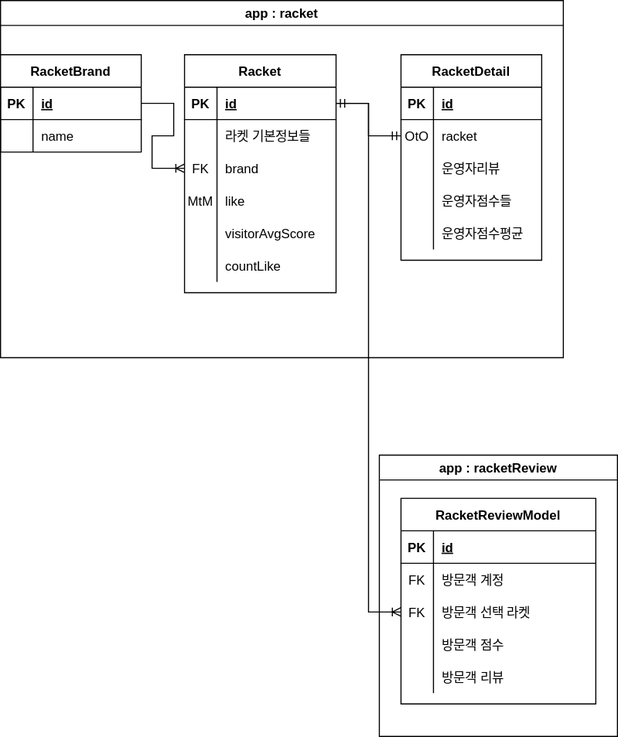
The draw.io diagram Copy of algo.drawio.svg in HiImYong/diagrams, before a commit. Source tidied: cells renumbered, new cells last; positions are measured from the earlier drawing's top-left corner, leaving out a move shared by most shapes.
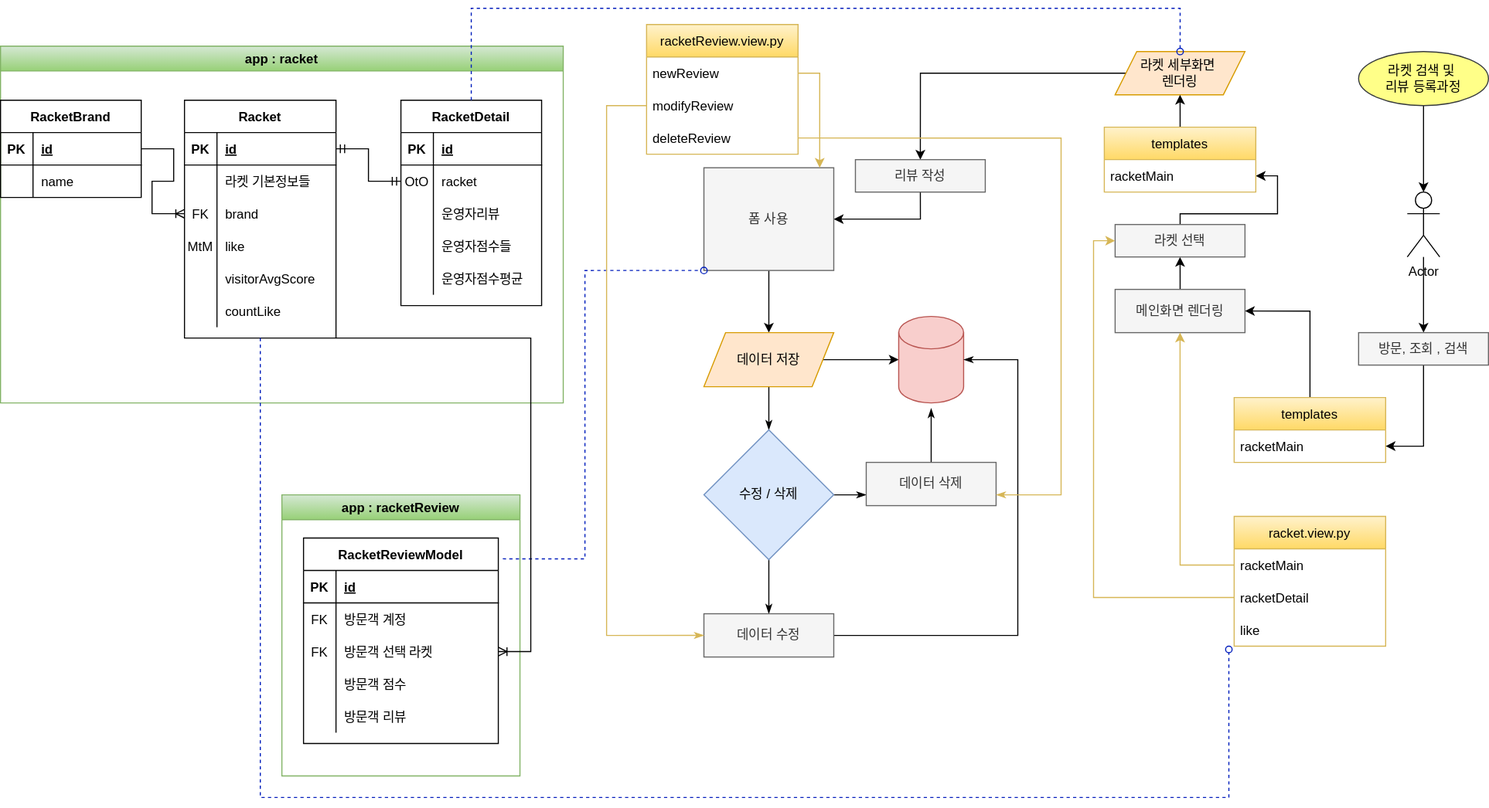
The same file after the commit.

The edit, as a diff of the source:
```diff
@@ -2,8 +2,8 @@
   <root>
     <mxCell id="0" />
     <mxCell id="1" parent="0" />
-    <mxCell id="2" value="app : racket" style="swimlane;" parent="1" vertex="1">
-      <mxGeometry width="520" height="330" as="geometry" />
+    <mxCell id="2" value="app : racket" style="swimlane;fillColor=#d5e8d4;gradientColor=#97d077;strokeColor=#82b366;" parent="1" vertex="1">
+      <mxGeometry x="90" y="5" width="520" height="330" as="geometry" />
     </mxCell>
     <mxCell id="3" value="Racket" style="shape=table;startSize=30;rowLines=0;fontStyle=1;align=center;" parent="2" vertex="1">
       <mxGeometry x="170" y="50" width="140" height="220" as="geometry" />
@@ -137,10 +137,7 @@
     <mxCell id="46" style="edgeStyle=entityRelationEdgeStyle;fontSize=12;html=1;endArrow=ERmandOne;startArrow=ERmandOne;rounded=0;entryX=0;entryY=0.5;entryDx=0;entryDy=0;" parent="2" edge="1" source="4" target="26">
       <mxGeometry relative="1" as="geometry" />
     </mxCell>
-    <mxCell id="47" style="edgeStyle=entityRelationEdgeStyle;fontSize=12;html=1;endArrow=ERoneToMany;rounded=0;entryX=0;entryY=0.5;entryDx=0;entryDy=0;exitX=1;exitY=0.5;exitDx=0;exitDy=0;" parent="1" edge="1" source="4" target="56">
-      <mxGeometry relative="1" as="geometry" />
-    </mxCell>
-    <mxCell id="48" value="app : racketReview" style="swimlane;" parent="1" vertex="1">
+    <mxCell id="48" value="app : racketReview" style="swimlane;fillColor=#d5e8d4;gradientColor=#97d077;strokeColor=#82b366;" parent="1" vertex="1">
       <mxGeometry x="350" y="420" width="220" height="260" as="geometry" />
     </mxCell>
     <mxCell id="49" value="RacketReviewModel" style="shape=table;startSize=30;rowLines=0;fontStyle=1;align=center;" parent="48" vertex="1">
@@ -191,5 +188,198 @@
     <mxCell id="64" value="방문객 리뷰" style="shape=partialRectangle;fillColor=none;top=0;left=0;bottom=0;right=0;align=left;spacingLeft=6;overflow=hidden;" parent="62" vertex="1">
       <mxGeometry x="30" width="150" height="30" as="geometry" />
     </mxCell>
+    <mxCell id="65" style="edgeStyle=orthogonalEdgeStyle;rounded=0;jettySize=auto;html=1;entryX=0.5;entryY=0;entryDx=0;entryDy=0;" parent="1" edge="1" source="66" target="80">
+      <mxGeometry relative="1" as="geometry" />
+    </mxCell>
+    <mxCell id="66" value="Actor" style="shape=umlActor;verticalLabelPosition=bottom;verticalAlign=top;html=1;outlineConnect=0;" parent="1" vertex="1">
+      <mxGeometry x="1390" y="140" width="30" height="60" as="geometry" />
+    </mxCell>
+    <mxCell id="67" style="edgeStyle=orthogonalEdgeStyle;rounded=0;jettySize=auto;html=1;entryX=1;entryY=0.5;entryDx=0;entryDy=0;endArrow=classic;endFill=1;strokeColor=#000000;" parent="1" edge="1" source="68" target="77">
+      <mxGeometry relative="1" as="geometry" />
+    </mxCell>
+    <mxCell id="68" value="templates" style="swimlane;fontStyle=0;horizontal=1;startSize=30;fillColor=#fff2cc;gradientColor=#ffd966;strokeColor=#d6b656;" parent="1" vertex="1">
+      <mxGeometry x="1230" y="330" width="140" height="60" as="geometry" />
+    </mxCell>
+    <mxCell id="69" value="racketMain" style="text;strokeColor=none;fillColor=none;align=left;verticalAlign=middle;spacingLeft=4;spacingRight=4;overflow=hidden;points=[[0,0.5],[1,0.5]];portConstraint=eastwest;" parent="68" vertex="1">
+      <mxGeometry y="30" width="140" height="30" as="geometry" />
+    </mxCell>
+    <mxCell id="70" style="edgeStyle=orthogonalEdgeStyle;rounded=0;jettySize=auto;html=1;entryX=0.5;entryY=0;entryDx=0;entryDy=0;entryPerimeter=0;" parent="1" edge="1" source="71" target="66">
+      <mxGeometry relative="1" as="geometry" />
+    </mxCell>
+    <mxCell id="71" value="라켓 검색 및&amp;nbsp;&lt;br&gt;리뷰 등록과정" style="ellipse;whiteSpace=wrap;html=1;fillColor=#ffff88;strokeColor=#36393d;" parent="1" vertex="1">
+      <mxGeometry x="1345" y="10" width="120" height="50" as="geometry" />
+    </mxCell>
+    <mxCell id="72" value="racket.view.py" style="swimlane;fontStyle=0;horizontal=1;startSize=30;fillColor=#fff2cc;gradientColor=#ffd966;strokeColor=#d6b656;" parent="1" vertex="1">
+      <mxGeometry x="1230" y="440" width="140" height="120" as="geometry" />
+    </mxCell>
+    <mxCell id="73" value="racketMain" style="text;strokeColor=none;fillColor=none;align=left;verticalAlign=middle;spacingLeft=4;spacingRight=4;overflow=hidden;points=[[0,0.5],[1,0.5]];portConstraint=eastwest;" parent="72" vertex="1">
+      <mxGeometry y="30" width="140" height="30" as="geometry" />
+    </mxCell>
+    <mxCell id="74" value="racketDetail" style="text;strokeColor=none;fillColor=none;align=left;verticalAlign=middle;spacingLeft=4;spacingRight=4;overflow=hidden;points=[[0,0.5],[1,0.5]];portConstraint=eastwest;" parent="72" vertex="1">
+      <mxGeometry y="60" width="140" height="30" as="geometry" />
+    </mxCell>
+    <mxCell id="75" value="like" style="text;strokeColor=none;fillColor=none;align=left;verticalAlign=middle;spacingLeft=4;spacingRight=4;overflow=hidden;points=[[0,0.5],[1,0.5]];portConstraint=eastwest;" parent="72" vertex="1">
+      <mxGeometry y="90" width="140" height="30" as="geometry" />
+    </mxCell>
+    <mxCell id="76" style="edgeStyle=orthogonalEdgeStyle;rounded=0;jettySize=auto;html=1;entryX=0.5;entryY=1;entryDx=0;entryDy=0;" parent="1" edge="1" source="77" target="82">
+      <mxGeometry relative="1" as="geometry" />
+    </mxCell>
+    <mxCell id="77" value="메인화면 렌더링" style="rounded=0;whiteSpace=wrap;html=1;fillColor=#f5f5f5;fontColor=#333333;strokeColor=#666666;" parent="1" vertex="1">
+      <mxGeometry x="1120" y="230" width="120" height="40" as="geometry" />
+    </mxCell>
+    <mxCell id="78" style="edgeStyle=orthogonalEdgeStyle;rounded=0;jettySize=auto;html=1;entryX=0.5;entryY=1;entryDx=0;entryDy=0;fillColor=#fff2cc;strokeColor=#d6b656;" parent="1" edge="1" source="73" target="77">
+      <mxGeometry relative="1" as="geometry" />
+    </mxCell>
+    <mxCell id="79" style="edgeStyle=orthogonalEdgeStyle;rounded=0;jettySize=auto;html=1;entryX=1;entryY=0.5;entryDx=0;entryDy=0;" parent="1" edge="1" source="80" target="69">
+      <mxGeometry relative="1" as="geometry" />
+    </mxCell>
+    <mxCell id="80" value="방문, 조회 , 검색" style="rounded=0;whiteSpace=wrap;html=1;fillColor=#f5f5f5;fontColor=#333333;strokeColor=#666666;" parent="1" vertex="1">
+      <mxGeometry x="1345" y="270" width="120" height="30" as="geometry" />
+    </mxCell>
+    <mxCell id="81" style="edgeStyle=orthogonalEdgeStyle;rounded=0;jettySize=auto;html=1;endArrow=classic;endFill=1;strokeColor=#000000;" parent="1" edge="1" source="82">
+      <mxGeometry relative="1" as="geometry">
+        <mxPoint x="1250" y="125" as="targetPoint" />
+        <Array as="points">
+          <mxPoint x="1180" y="160" />
+          <mxPoint x="1270" y="160" />
+          <mxPoint x="1270" y="125" />
+        </Array>
+      </mxGeometry>
+    </mxCell>
+    <mxCell id="82" value="라켓 선택" style="rounded=0;whiteSpace=wrap;html=1;fillColor=#f5f5f5;fontColor=#333333;strokeColor=#666666;" parent="1" vertex="1">
+      <mxGeometry x="1120" y="170" width="120" height="30" as="geometry" />
+    </mxCell>
+    <mxCell id="83" style="edgeStyle=orthogonalEdgeStyle;rounded=0;jettySize=auto;html=1;exitX=0;exitY=0.5;exitDx=0;exitDy=0;entryX=0.5;entryY=0;entryDx=0;entryDy=0;" parent="1" edge="1" source="94" target="86">
+      <mxGeometry relative="1" as="geometry" />
+    </mxCell>
+    <mxCell id="84" style="rounded=0;jettySize=auto;html=1;entryX=0;entryY=0.5;entryDx=0;entryDy=0;strokeColor=#d6b656;edgeStyle=orthogonalEdgeStyle;fillColor=#fff2cc;" parent="1" edge="1" source="74" target="82">
+      <mxGeometry relative="1" as="geometry" />
+    </mxCell>
+    <mxCell id="85" style="edgeStyle=orthogonalEdgeStyle;rounded=0;jettySize=auto;html=1;endArrow=classic;endFill=1;strokeColor=default;exitX=0.5;exitY=1;exitDx=0;exitDy=0;" parent="1" edge="1" source="86" target="88">
+      <mxGeometry relative="1" as="geometry" />
+    </mxCell>
+    <mxCell id="86" value="리뷰 작성" style="rounded=0;whiteSpace=wrap;html=1;fillColor=#f5f5f5;fontColor=#333333;strokeColor=#666666;" parent="1" vertex="1">
+      <mxGeometry x="880" y="110" width="120" height="30" as="geometry" />
+    </mxCell>
+    <mxCell id="87" style="edgeStyle=orthogonalEdgeStyle;rounded=0;jettySize=auto;html=1;entryX=0.5;entryY=0;entryDx=0;entryDy=0;endArrow=classic;endFill=1;strokeColor=default;" parent="1" edge="1" source="88" target="98">
+      <mxGeometry relative="1" as="geometry" />
+    </mxCell>
+    <mxCell id="88" value="폼 사용" style="rounded=0;whiteSpace=wrap;html=1;fillColor=#f5f5f5;fontColor=#333333;strokeColor=#666666;" parent="1" vertex="1">
+      <mxGeometry x="740" y="117.5" width="120" height="95" as="geometry" />
+    </mxCell>
+    <mxCell id="89" style="edgeStyle=orthogonalEdgeStyle;rounded=0;jettySize=auto;html=1;strokeColor=#001DBC;dashed=1;endArrow=oval;endFill=0;entryX=0;entryY=1;entryDx=0;entryDy=0;exitX=1.023;exitY=0.101;exitDx=0;exitDy=0;exitPerimeter=0;fillColor=#0050ef;" parent="1" edge="1" source="49" target="88">
+      <mxGeometry relative="1" as="geometry">
+        <Array as="points">
+          <mxPoint x="630" y="479" />
+          <mxPoint x="630" y="213" />
+        </Array>
+      </mxGeometry>
+    </mxCell>
+    <mxCell id="90" value="racketReview.view.py" style="swimlane;fontStyle=0;horizontal=1;startSize=30;fillColor=#fff2cc;gradientColor=#ffd966;strokeColor=#d6b656;" parent="1" vertex="1">
+      <mxGeometry x="687" y="-15" width="140" height="120" as="geometry" />
+    </mxCell>
+    <mxCell id="91" value="newReview" style="text;strokeColor=none;fillColor=none;align=left;verticalAlign=middle;spacingLeft=4;spacingRight=4;overflow=hidden;points=[[0,0.5],[1,0.5]];portConstraint=eastwest;" parent="90" vertex="1">
+      <mxGeometry y="30" width="140" height="30" as="geometry" />
+    </mxCell>
+    <mxCell id="92" value="modifyReview" style="text;strokeColor=none;fillColor=none;align=left;verticalAlign=middle;spacingLeft=4;spacingRight=4;overflow=hidden;points=[[0,0.5],[1,0.5]];portConstraint=eastwest;" parent="90" vertex="1">
+      <mxGeometry y="60" width="140" height="30" as="geometry" />
+    </mxCell>
+    <mxCell id="93" value="deleteReview" style="text;strokeColor=none;fillColor=none;align=left;verticalAlign=middle;spacingLeft=4;spacingRight=4;overflow=hidden;points=[[0,0.5],[1,0.5]];portConstraint=eastwest;" parent="90" vertex="1">
+      <mxGeometry y="90" width="140" height="30" as="geometry" />
+    </mxCell>
+    <mxCell id="94" value="라켓 세부화면&amp;nbsp;&lt;br&gt;렌더링" style="shape=parallelogram;perimeter=parallelogramPerimeter;whiteSpace=wrap;html=1;fixedSize=1;fillColor=#ffe6cc;strokeColor=#d79b00;" parent="1" vertex="1">
+      <mxGeometry x="1120" y="10" width="120" height="40" as="geometry" />
+    </mxCell>
+    <mxCell id="95" style="edgeStyle=orthogonalEdgeStyle;rounded=0;jettySize=auto;html=1;endArrow=classic;endFill=1;strokeColor=#d6b656;fillColor=#fff2cc;exitX=1;exitY=0.5;exitDx=0;exitDy=0;" parent="1" edge="1" source="91" target="88">
+      <mxGeometry relative="1" as="geometry">
+        <Array as="points">
+          <mxPoint x="847" y="30" />
+        </Array>
+      </mxGeometry>
+    </mxCell>
+    <mxCell id="96" style="edgeStyle=orthogonalEdgeStyle;rounded=0;jettySize=auto;html=1;entryX=0;entryY=0.5;entryDx=0;entryDy=0;entryPerimeter=0;endArrow=classic;endFill=1;strokeColor=default;" parent="1" edge="1" source="98" target="99">
+      <mxGeometry relative="1" as="geometry" />
+    </mxCell>
+    <mxCell id="97" style="edgeStyle=orthogonalEdgeStyle;rounded=0;jettySize=auto;html=1;exitX=0.5;exitY=1;exitDx=0;exitDy=0;entryX=0.5;entryY=0;entryDx=0;entryDy=0;endArrow=classicThin;endFill=1;strokeColor=default;" parent="1" edge="1" source="98" target="103">
+      <mxGeometry relative="1" as="geometry" />
+    </mxCell>
+    <mxCell id="98" value="데이터 저장" style="shape=parallelogram;perimeter=parallelogramPerimeter;whiteSpace=wrap;html=1;fixedSize=1;fillColor=#ffe6cc;strokeColor=#d79b00;" parent="1" vertex="1">
+      <mxGeometry x="740" y="270" width="120" height="50" as="geometry" />
+    </mxCell>
+    <mxCell id="99" style="shape=cylinder3;whiteSpace=wrap;html=1;boundedLbl=1;backgroundOutline=1;size=15;fillColor=#f8cecc;strokeColor=#b85450;" parent="1" vertex="1">
+      <mxGeometry x="920" y="255" width="60" height="80" as="geometry" />
+    </mxCell>
+    <mxCell id="100" style="edgeStyle=orthogonalEdgeStyle;rounded=0;jettySize=auto;html=1;entryX=-0.035;entryY=1.1;entryDx=0;entryDy=0;entryPerimeter=0;endArrow=oval;endFill=0;strokeColor=#001DBC;dashed=1;fillColor=#0050ef;" parent="1" edge="1" source="3" target="75">
+      <mxGeometry relative="1" as="geometry">
+        <Array as="points">
+          <mxPoint x="330" y="700" />
+          <mxPoint x="1225" y="700" />
+        </Array>
+      </mxGeometry>
+    </mxCell>
+    <mxCell id="101" style="edgeStyle=orthogonalEdgeStyle;rounded=0;jettySize=auto;html=1;entryX=0;entryY=0.75;entryDx=0;entryDy=0;endArrow=classicThin;endFill=1;strokeColor=default;" parent="1" edge="1" source="103" target="107">
+      <mxGeometry relative="1" as="geometry" />
+    </mxCell>
+    <mxCell id="102" style="edgeStyle=orthogonalEdgeStyle;rounded=0;jettySize=auto;html=1;entryX=0.5;entryY=0;entryDx=0;entryDy=0;endArrow=classicThin;endFill=1;strokeColor=default;" parent="1" edge="1" source="103" target="105">
+      <mxGeometry relative="1" as="geometry" />
+    </mxCell>
+    <mxCell id="103" value="수정 / 삭제" style="rhombus;whiteSpace=wrap;html=1;fillColor=#dae8fc;strokeColor=#6c8ebf;" parent="1" vertex="1">
+      <mxGeometry x="740" y="360" width="120" height="120" as="geometry" />
+    </mxCell>
+    <mxCell id="104" style="edgeStyle=orthogonalEdgeStyle;rounded=0;jettySize=auto;html=1;entryX=1;entryY=0.5;entryDx=0;entryDy=0;entryPerimeter=0;endArrow=classicThin;endFill=1;strokeColor=default;" parent="1" edge="1" source="105" target="99">
+      <mxGeometry relative="1" as="geometry">
+        <Array as="points">
+          <mxPoint x="1030" y="550" />
+          <mxPoint x="1030" y="295" />
+        </Array>
+      </mxGeometry>
+    </mxCell>
+    <mxCell id="105" value="데이터 수정" style="rounded=0;whiteSpace=wrap;html=1;fillColor=#f5f5f5;fontColor=#333333;strokeColor=#666666;" parent="1" vertex="1">
+      <mxGeometry x="740" y="530" width="120" height="40" as="geometry" />
+    </mxCell>
+    <mxCell id="106" style="edgeStyle=orthogonalEdgeStyle;rounded=0;jettySize=auto;html=1;endArrow=classicThin;endFill=1;strokeColor=default;" parent="1" edge="1" source="107">
+      <mxGeometry relative="1" as="geometry">
+        <mxPoint x="950" y="340" as="targetPoint" />
+      </mxGeometry>
+    </mxCell>
+    <mxCell id="107" value="데이터 삭제" style="rounded=0;whiteSpace=wrap;html=1;fillColor=#f5f5f5;fontColor=#333333;strokeColor=#666666;" parent="1" vertex="1">
+      <mxGeometry x="890" y="390" width="120" height="40" as="geometry" />
+    </mxCell>
+    <mxCell id="108" style="edgeStyle=orthogonalEdgeStyle;rounded=0;jettySize=auto;html=1;entryX=0;entryY=0.5;entryDx=0;entryDy=0;endArrow=classicThin;endFill=1;strokeColor=#d6b656;fillColor=#fff2cc;exitX=0;exitY=0.5;exitDx=0;exitDy=0;" parent="1" edge="1" source="92" target="105">
+      <mxGeometry relative="1" as="geometry">
+        <Array as="points">
+          <mxPoint x="650" y="60" />
+          <mxPoint x="650" y="550" />
+        </Array>
+      </mxGeometry>
+    </mxCell>
+    <mxCell id="109" style="edgeStyle=orthogonalEdgeStyle;rounded=0;jettySize=auto;html=1;entryX=1;entryY=0.75;entryDx=0;entryDy=0;endArrow=classicThin;endFill=1;strokeColor=#d6b656;fillColor=#fff2cc;exitX=1;exitY=0.5;exitDx=0;exitDy=0;" parent="1" edge="1" source="93" target="107">
+      <mxGeometry relative="1" as="geometry">
+        <Array as="points">
+          <mxPoint x="1070" y="90" />
+          <mxPoint x="1070" y="420" />
+        </Array>
+      </mxGeometry>
+    </mxCell>
+    <mxCell id="110" style="edgeStyle=orthogonalEdgeStyle;rounded=0;jettySize=auto;html=1;endArrow=oval;endFill=0;strokeColor=#001DBC;dashed=1;fillColor=#0050ef;exitX=0.5;exitY=0;exitDx=0;exitDy=0;" parent="1" edge="1" source="22" target="94">
+      <mxGeometry relative="1" as="geometry">
+        <Array as="points">
+          <mxPoint x="525" y="-30" />
+          <mxPoint x="1180" y="-30" />
+        </Array>
+      </mxGeometry>
+    </mxCell>
+    <mxCell id="111" style="edgeStyle=orthogonalEdgeStyle;rounded=0;jettySize=auto;html=1;entryX=0.5;entryY=1;entryDx=0;entryDy=0;endArrow=classic;endFill=1;strokeColor=#000000;" parent="1" edge="1" source="112" target="94">
+      <mxGeometry relative="1" as="geometry" />
+    </mxCell>
+    <mxCell id="112" value="templates" style="swimlane;fontStyle=0;horizontal=1;startSize=30;fillColor=#fff2cc;gradientColor=#ffd966;strokeColor=#d6b656;" parent="1" vertex="1">
+      <mxGeometry x="1110" y="80" width="140" height="60" as="geometry" />
+    </mxCell>
+    <mxCell id="113" value="racketMain" style="text;strokeColor=none;fillColor=none;align=left;verticalAlign=middle;spacingLeft=4;spacingRight=4;overflow=hidden;" parent="112" vertex="1">
+      <mxGeometry y="30" width="140" height="30" as="geometry" />
+    </mxCell>
+    <mxCell id="114" style="edgeStyle=entityRelationEdgeStyle;fontSize=12;html=1;endArrow=ERoneToMany;rounded=0;strokeColor=#000000;exitX=1;exitY=1;exitDx=0;exitDy=0;" parent="1" edge="1" source="3" target="56">
+      <mxGeometry relative="1" as="geometry" />
+    </mxCell>
   </root>
 </mxGraphModel>
```
